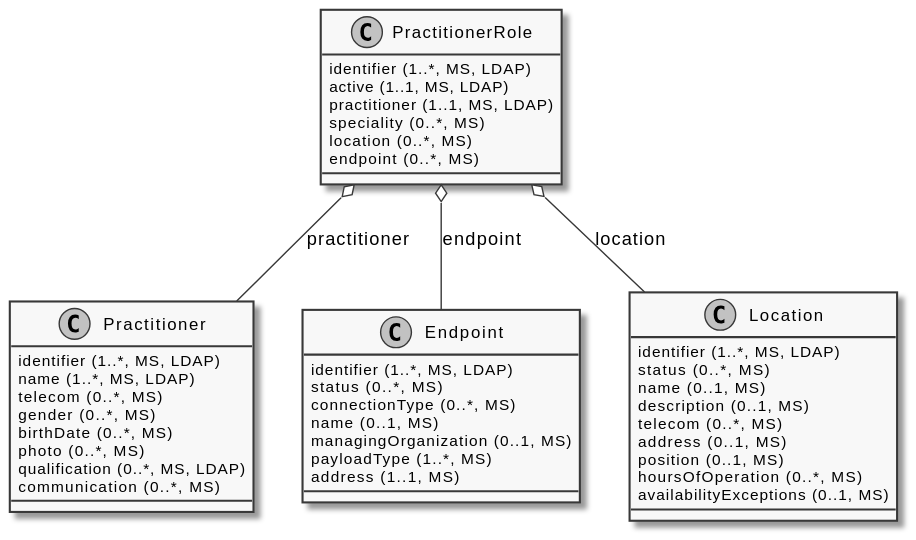
Above: images/diagrams/ClassDiagram.PractitionerRole.svg in gematik/api-vzd (PlantUML), before the change.
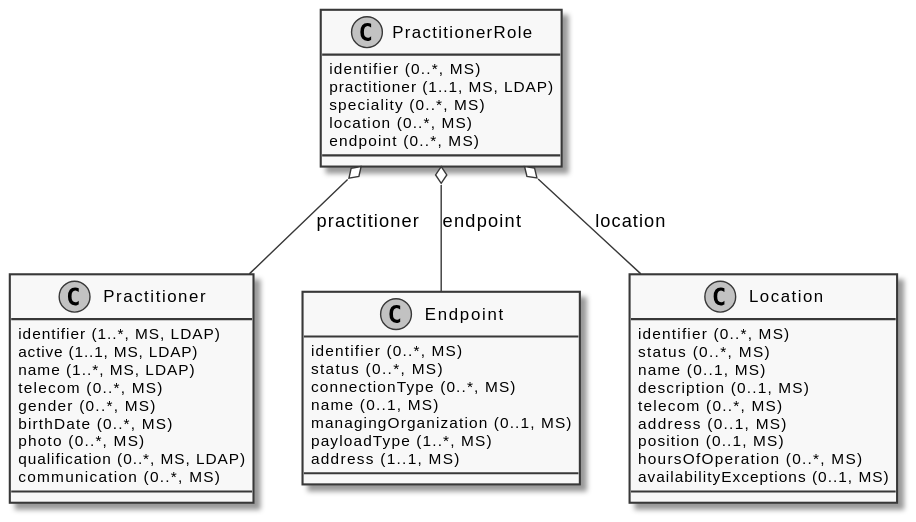
The same file after the commit.

The edit, as a diff of the source:
```diff
@@ -1,8 +1,7 @@
 @startuml ClassDiagram.PractitionerRole
 skinparam monochrome true
 class PractitionerRole {
-  {field} identifier (1..*, MS, LDAP)
-  {field} active (1..1, MS, LDAP)
+  {field} identifier (0..*, MS)
   {field} practitioner (1..1, MS, LDAP)
   {field} speciality (0..*, MS)
   {field} location (0..*, MS)
@@ -10,6 +9,7 @@
 }
 class Practitioner {
   {field} identifier (1..*, MS, LDAP)
+  {field} active (1..1, MS, LDAP)
   {field} name (1..*, MS, LDAP)
   {field} telecom (0..*, MS)
   {field} gender (0..*, MS)
@@ -19,7 +19,7 @@
   {field} communication (0..*, MS)
 }
 class Endpoint {
-  {field} identifier (1..*, MS, LDAP)
+  {field} identifier (0..*, MS)
   {field} status (0..*, MS)
   {field} connectionType (0..*, MS)
   {field} name (0..1, MS)
@@ -28,7 +28,7 @@
   {field} address (1..1, MS)
 }
 class Location {
-  {field} identifier (1..*, MS, LDAP)
+  {field} identifier (0..*, MS)
   {field} status (0..*, MS)
   {field} name (0..1, MS)
   {field} description (0..1, MS)
```
